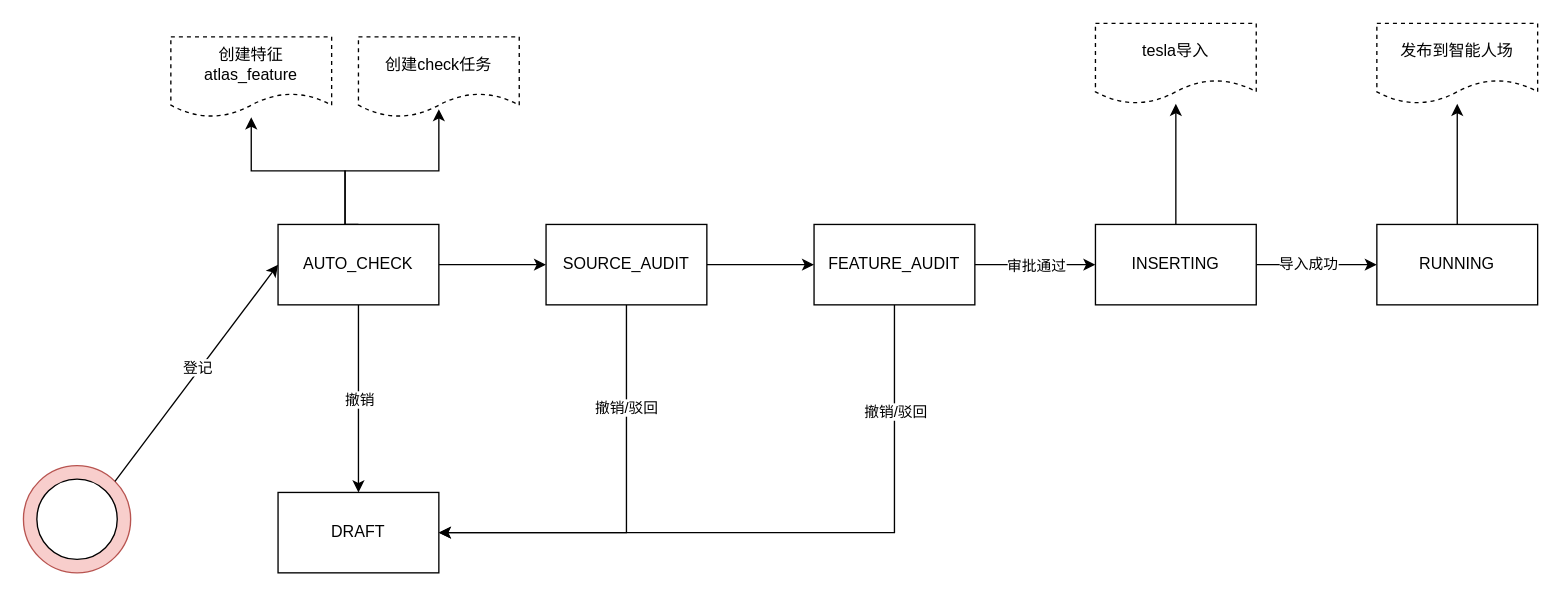
learn2Pro/draw_io_save keeps this draw.io diagram as state_trans_for_register.drawio. Above is the earlier version. Source tidied: cells renumbered, new cells numbered last; positions are measured from the earlier drawing's top-left corner, leaving out a move shared by most shapes. Both pictures are drawn from the tidied source at 134%, with x=0, y=0 at pixel (23, 23).
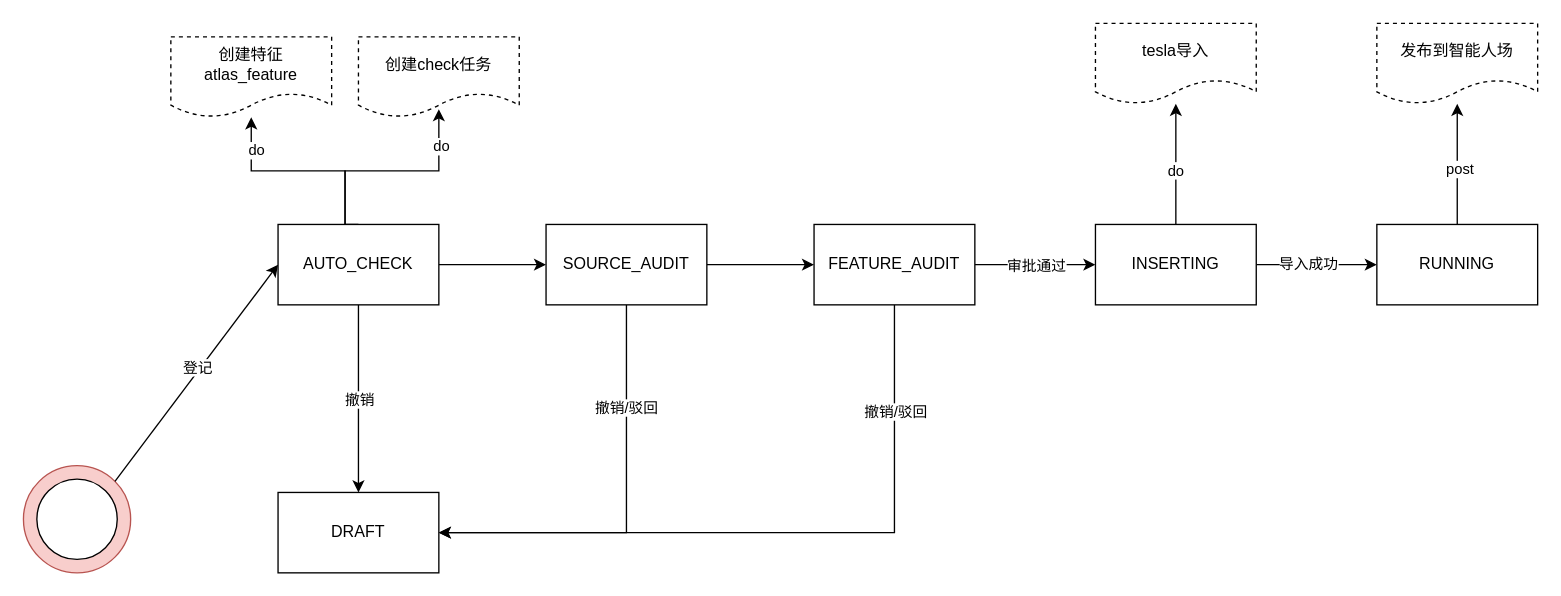
Above is the later version.

The change refers to these unchanged cells:
```xml
<mxCell id="2" style="edgeStyle=orthogonalEdgeStyle;rounded=0;jettySize=auto;html=1;" parent="1" edge="1" source="6" target="12">
  <mxGeometry relative="1" as="geometry">
    <Array as="points">
      <mxPoint x="240" y="110" />
      <mxPoint x="170" y="110" />
    </Array>
  </mxGeometry>
</mxCell>
<mxCell id="24" style="edgeStyle=orthogonalEdgeStyle;rounded=0;jettySize=auto;html=1;entryX=0.5;entryY=0.9;entryDx=0;entryDy=0;entryPerimeter=0;exitX=0.5;exitY=0;exitDx=0;exitDy=0;" parent="1" edge="1" source="6" target="23">
  <mxGeometry relative="1" as="geometry">
    <Array as="points">
      <mxPoint x="240" y="150" />
      <mxPoint x="240" y="110" />
      <mxPoint x="310" y="110" />
    </Array>
  </mxGeometry>
</mxCell>
<mxCell id="27" style="edgeStyle=orthogonalEdgeStyle;rounded=0;jettySize=auto;html=1;" parent="1" edge="1" source="28" target="31">
  <mxGeometry relative="1" as="geometry" />
</mxCell>
<mxCell id="29" style="edgeStyle=orthogonalEdgeStyle;rounded=0;jettySize=auto;html=1;" parent="1" edge="1" source="30" target="32">
  <mxGeometry relative="1" as="geometry" />
</mxCell>
```

Change to the diagram source:
```diff
@@
+    <mxCell id="33" value="do" style="edgeLabel;html=1;align=center;verticalAlign=middle;" parent="2" vertex="1">
+      <mxGeometry x="0.68" y="-3" relative="1" as="geometry" />
+    </mxCell>
@@
+    <mxCell id="34" value="do" style="edgeLabel;html=1;align=center;verticalAlign=middle;" parent="24" vertex="1">
+      <mxGeometry x="0.67" y="-1" relative="1" as="geometry" />
+    </mxCell>
@@
+    <mxCell id="35" value="do" style="edgeLabel;html=1;align=center;verticalAlign=middle;" parent="27" vertex="1">
+      <mxGeometry x="-0.09" y="1" relative="1" as="geometry" />
+    </mxCell>
@@
+    <mxCell id="36" value="post" style="edgeLabel;html=1;align=center;verticalAlign=middle;" parent="29" vertex="1">
+      <mxGeometry x="-0.07" y="-1" relative="1" as="geometry" />
+    </mxCell>
```
